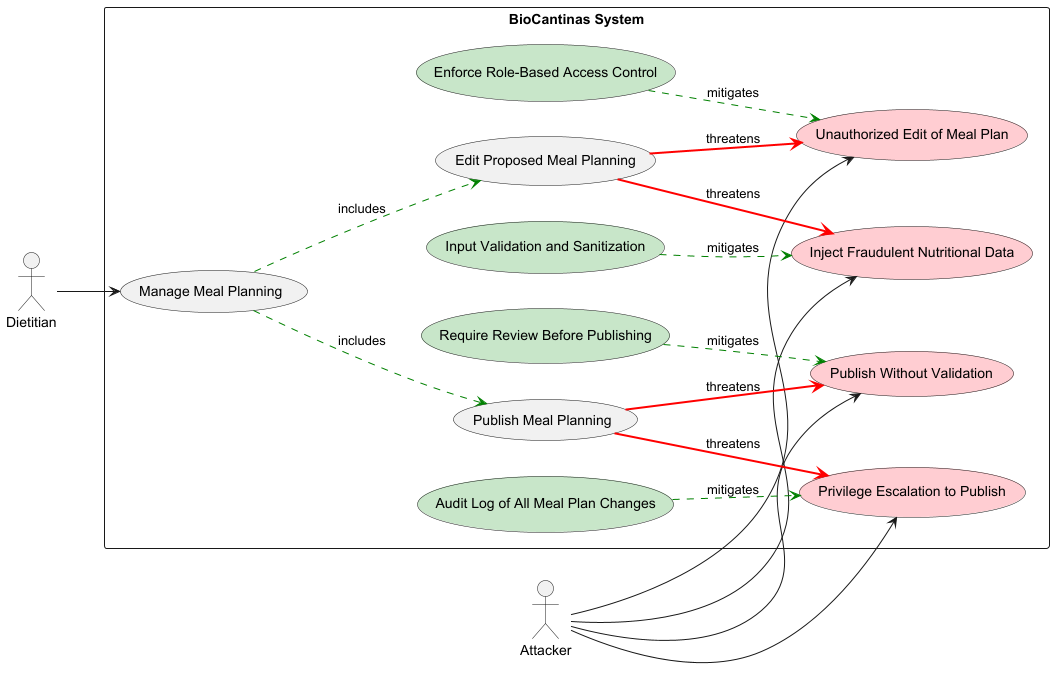
Earlier version of the PlantUML export Deliverables/phase1/diagrams/Abuse Cases/mealPlanningAbuseCase.png (mei-desofs/desofs2026-thu_ffs_1).
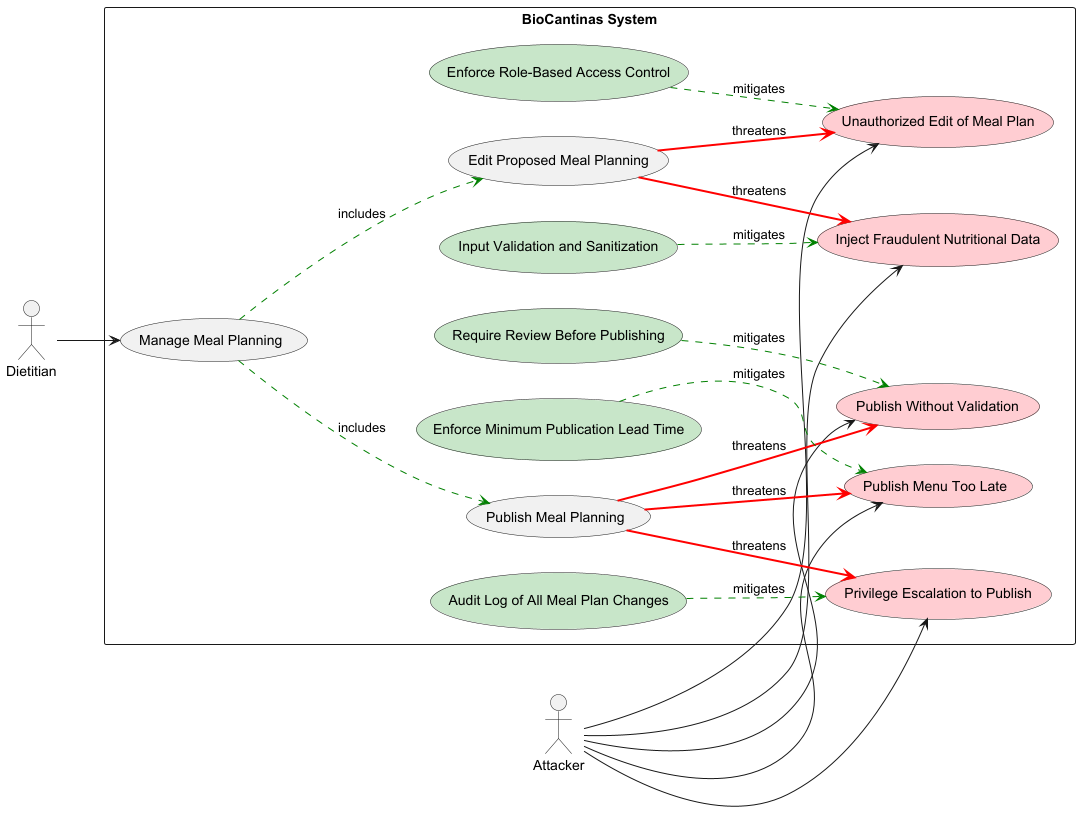
The same file after the commit.

Commit message:
Updated Abuse Cases #3

What changed in the source:
```diff
@@ -14,11 +14,13 @@
     usecase "Unauthorized Edit of Meal Plan" as UnauthorizedEditAbuse #FFCDD2
     usecase "Inject Fraudulent Nutritional Data" as InjectionAbuse #FFCDD2
     usecase "Publish Without Validation" as PublishAbuse #FFCDD2
+    usecase "Publish Menu Too Late" as LatePubAbuse #FFCDD2
     usecase "Privilege Escalation to Publish" as PrivEscAbuse #FFCDD2
 
     usecase "Enforce Role-Based Access Control" as RBACMitigate #C8E6C9
     usecase "Input Validation and Sanitization" as InputValidMitigate #C8E6C9
     usecase "Require Review Before Publishing" as ReviewMitigate #C8E6C9
+    usecase "Enforce Minimum Publication Lead Time" as LeadTimeMitigate #C8E6C9
     usecase "Audit Log of All Meal Plan Changes" as AuditMitigate #C8E6C9
 
     Dietitian --> ManageMealUC
@@ -29,16 +31,19 @@
     Attacker --> UnauthorizedEditAbuse
     Attacker --> InjectionAbuse
     Attacker --> PublishAbuse
+    Attacker --> LatePubAbuse
     Attacker --> PrivEscAbuse
 
     EditMealUC -[#red,bold]-> UnauthorizedEditAbuse : threatens
     EditMealUC -[#red,bold]-> InjectionAbuse : threatens
     PublishMealUC -[#red,bold]-> PublishAbuse : threatens
+    PublishMealUC -[#red,bold]-> LatePubAbuse : threatens
     PublishMealUC -[#red,bold]-> PrivEscAbuse : threatens
 
     RBACMitigate -[#green,dashed]-> UnauthorizedEditAbuse : mitigates
     InputValidMitigate -[#green,dashed]-> InjectionAbuse : mitigates
     ReviewMitigate -[#green,dashed]-> PublishAbuse : mitigates
+    LeadTimeMitigate -[#green,dashed]-> LatePubAbuse : mitigates
     AuditMitigate -[#green,dashed]-> PrivEscAbuse : mitigates
 }
 @enduml
```
